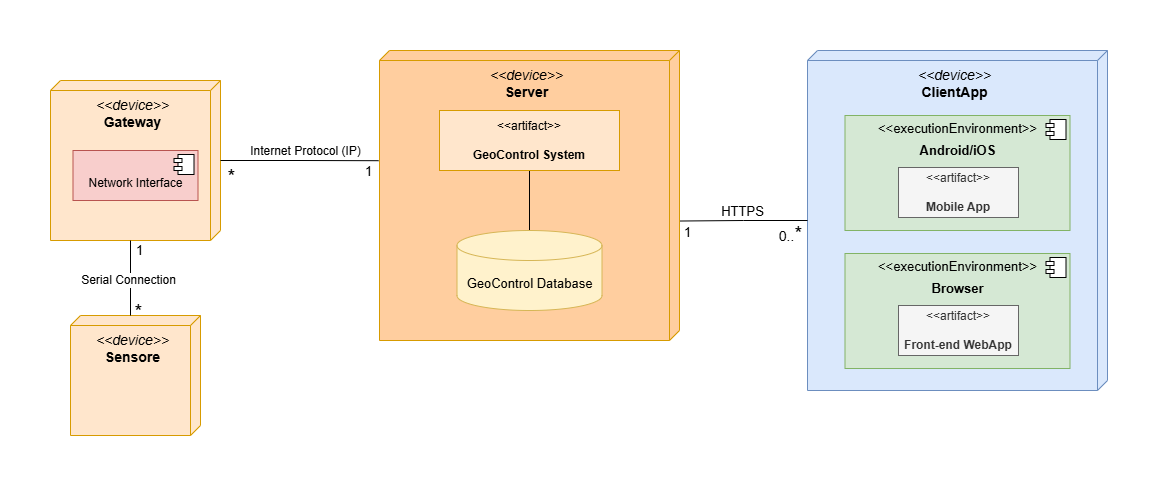
The draw.io diagram doc/res/Deployment_Diagram.png in luigiaceto/geocontrol, before a commit. Source tidied: cells renumbered, new cells last; positions are measured from the earlier drawing's top-left corner, leaving out a move shared by most shapes. Its diagram source:
```xml
<mxGraphModel>
  <root>
    <mxCell id="0" />
    <mxCell id="1" parent="0" />
    <mxCell id="2" value="&lt;font style=&quot;font-size: 14px;&quot;&gt;&lt;i style=&quot;&quot;&gt;&amp;lt;&amp;lt;device&amp;gt;&amp;gt;&lt;/i&gt;&lt;br&gt;&lt;b style=&quot;&quot;&gt;Server&lt;/b&gt;&lt;/font&gt;" style="verticalAlign=top;align=center;shape=cube;size=10;direction=south;fontStyle=0;html=1;boundedLbl=1;spacingLeft=5;whiteSpace=wrap;fillColor=#FFCE9F;strokeColor=#d79b00;" parent="1" vertex="1">
      <mxGeometry x="329" width="300" height="290" as="geometry" />
    </mxCell>
    <mxCell id="3" value="&lt;font style=&quot;font-size: 14px;&quot;&gt;&lt;i style=&quot;&quot;&gt;&amp;lt;&amp;lt;device&amp;gt;&amp;gt;&lt;/i&gt;&lt;br&gt;&lt;b&gt;Gateway&lt;/b&gt;&lt;/font&gt;" style="verticalAlign=top;align=center;shape=cube;size=10;direction=south;fontStyle=0;html=1;boundedLbl=1;spacingLeft=5;whiteSpace=wrap;fillColor=#ffe6cc;strokeColor=#d79b00;" parent="1" vertex="1">
      <mxGeometry y="30" width="170" height="160" as="geometry" />
    </mxCell>
    <mxCell id="4" value="&lt;font style=&quot;font-size: 14px;&quot;&gt;&lt;i style=&quot;&quot;&gt;&amp;lt;&amp;lt;device&amp;gt;&amp;gt;&lt;/i&gt;&lt;br&gt;&lt;b style=&quot;&quot;&gt;Sensore&lt;/b&gt;&lt;/font&gt;" style="verticalAlign=top;align=center;shape=cube;size=10;direction=south;fontStyle=0;html=1;boundedLbl=1;spacingLeft=5;whiteSpace=wrap;fillColor=#ffe6cc;strokeColor=#d79b00;" parent="1" vertex="1">
      <mxGeometry x="20" y="265" width="130" height="120" as="geometry" />
    </mxCell>
    <mxCell id="5" style="edgeStyle=orthogonalEdgeStyle;rounded=0;jettySize=auto;html=1;entryX=0.5;entryY=1;entryDx=0;entryDy=0;endArrow=none;startFill=0;" parent="1" edge="1" source="6" target="7">
      <mxGeometry relative="1" as="geometry" />
    </mxCell>
    <mxCell id="6" value="&lt;font style=&quot;font-size: 13px;&quot;&gt;GeoControl Database&lt;/font&gt;" style="shape=cylinder3;whiteSpace=wrap;html=1;boundedLbl=1;backgroundOutline=1;size=15;fillColor=#fff2cc;strokeColor=#d6b656;" parent="1" vertex="1">
      <mxGeometry x="406.5" y="180" width="145" height="80" as="geometry" />
    </mxCell>
    <mxCell id="7" value="&amp;lt;&amp;lt;artifact&amp;gt;&amp;gt;&lt;br&gt;&lt;br&gt;&lt;b&gt;GeoControl System&lt;/b&gt;" style="html=1;align=center;verticalAlign=middle;dashed=0;whiteSpace=wrap;fillColor=#ffe6cc;strokeColor=#d79b00;" parent="1" vertex="1">
      <mxGeometry x="389" y="60" width="180" height="60" as="geometry" />
    </mxCell>
    <mxCell id="8" style="edgeStyle=orthogonalEdgeStyle;rounded=0;jettySize=auto;html=1;entryX=0;entryY=0;entryDx=160;entryDy=90;entryPerimeter=0;endArrow=none;startFill=0;" parent="1" edge="1" source="4" target="3">
      <mxGeometry relative="1" as="geometry">
        <Array as="points">
          <mxPoint x="80" y="230" />
          <mxPoint x="80" y="230" />
        </Array>
      </mxGeometry>
    </mxCell>
    <mxCell id="9" value="&lt;font style=&quot;font-size: 12px;&quot;&gt;Serial Connection&lt;/font&gt;" style="edgeLabel;html=1;align=center;verticalAlign=middle;" parent="8" vertex="1">
      <mxGeometry x="-0.03" y="3" relative="1" as="geometry" />
    </mxCell>
    <mxCell id="10" value="&lt;font style=&quot;font-size: 20px;&quot;&gt;*&lt;/font&gt;" style="text;html=1;align=center;verticalAlign=middle;strokeColor=none;fillColor=none;" parent="1" vertex="1">
      <mxGeometry x="166" y="106" width="30" height="40" as="geometry" />
    </mxCell>
    <mxCell id="11" value="&lt;font style=&quot;font-size: 13px;&quot;&gt;1&lt;/font&gt;" style="text;html=1;align=center;verticalAlign=middle;strokeColor=none;fillColor=none;" parent="1" vertex="1">
      <mxGeometry x="303" y="106" width="30" height="30" as="geometry" />
    </mxCell>
    <mxCell id="12" value="&lt;p style=&quot;margin:0px;margin-top:6px;text-align:center;&quot;&gt;&lt;br&gt;&lt;/p&gt;&lt;p style=&quot;margin:0px;margin-top:6px;text-align:center;&quot;&gt;Network Interface&lt;/p&gt;" style="align=left;overflow=fill;html=1;whiteSpace=wrap;fillColor=#f8cecc;strokeColor=#b85450;" parent="1" vertex="1">
      <mxGeometry x="22.5" y="100" width="125" height="50" as="geometry" />
    </mxCell>
    <mxCell id="13" style="shape=component;jettyWidth=8;jettyHeight=4;" parent="12" vertex="1">
      <mxGeometry x="1" width="20" height="20" relative="1" as="geometry">
        <mxPoint x="-24" y="4" as="offset" />
      </mxGeometry>
    </mxCell>
    <mxCell id="14" style="edgeStyle=orthogonalEdgeStyle;rounded=0;jettySize=auto;html=1;entryX=0.38;entryY=1.003;entryDx=0;entryDy=0;entryPerimeter=0;endArrow=none;startFill=0;" parent="1" edge="1" source="3" target="2">
      <mxGeometry relative="1" as="geometry" />
    </mxCell>
    <mxCell id="15" value="&lt;font style=&quot;font-size: 12px;&quot;&gt;Internet Protocol (IP)&lt;/font&gt;" style="edgeLabel;html=1;align=center;verticalAlign=middle;" parent="14" vertex="1">
      <mxGeometry x="0.05" y="-1" relative="1" as="geometry">
        <mxPoint x="2" y="-11" as="offset" />
      </mxGeometry>
    </mxCell>
    <mxCell id="16" value="&lt;font style=&quot;font-size: 20px;&quot;&gt;*&lt;/font&gt;" style="text;html=1;align=center;verticalAlign=middle;strokeColor=none;fillColor=none;" parent="1" vertex="1">
      <mxGeometry x="73" y="241" width="30" height="40" as="geometry" />
    </mxCell>
    <mxCell id="17" value="&lt;font style=&quot;font-size: 13px;&quot;&gt;1&lt;/font&gt;" style="text;html=1;align=center;verticalAlign=middle;strokeColor=none;fillColor=none;" parent="1" vertex="1">
      <mxGeometry x="74" y="185" width="30" height="30" as="geometry" />
    </mxCell>
    <mxCell id="18" value="&lt;font style=&quot;font-size: 14px;&quot;&gt;&lt;i style=&quot;&quot;&gt;&amp;lt;&amp;lt;device&amp;gt;&amp;gt;&lt;/i&gt;&lt;br&gt;&lt;b style=&quot;&quot;&gt;ClientApp&lt;/b&gt;&lt;/font&gt;" style="verticalAlign=top;align=center;shape=cube;size=10;direction=south;fontStyle=0;html=1;boundedLbl=1;spacingLeft=5;whiteSpace=wrap;fillColor=#dae8fc;strokeColor=#6c8ebf;" parent="1" vertex="1">
      <mxGeometry x="757" width="300" height="340" as="geometry" />
    </mxCell>
    <mxCell id="19" value="&lt;p style=&quot;margin:0px;margin-top:6px;text-align:center;&quot;&gt;&lt;font style=&quot;font-size: 13px;&quot;&gt;&amp;lt;&amp;lt;executionEnvironment&amp;gt;&amp;gt;&lt;/font&gt;&lt;/p&gt;&lt;p style=&quot;margin:0px;margin-top:6px;text-align:center;&quot;&gt;&lt;b&gt;&lt;font style=&quot;font-size: 13px;&quot;&gt;Android/iOS&lt;/font&gt;&lt;/b&gt;&lt;/p&gt;" style="align=left;overflow=fill;html=1;whiteSpace=wrap;fillColor=#d5e8d4;strokeColor=#82b366;" parent="1" vertex="1">
      <mxGeometry x="794.5" y="65" width="225" height="115" as="geometry" />
    </mxCell>
    <mxCell id="20" style="shape=component;jettyWidth=8;jettyHeight=4;" parent="19" vertex="1">
      <mxGeometry x="1" width="20" height="20" relative="1" as="geometry">
        <mxPoint x="-24" y="4" as="offset" />
      </mxGeometry>
    </mxCell>
    <mxCell id="21" value="&amp;lt;&amp;lt;artifact&amp;gt;&amp;gt;&lt;div&gt;&lt;font style=&quot;font-size: 6px;&quot;&gt;&lt;br&gt;&lt;/font&gt;&lt;/div&gt;&lt;div&gt;&lt;b&gt;Mobile App&lt;/b&gt;&lt;/div&gt;" style="rounded=0;whiteSpace=wrap;html=1;fillColor=#f5f5f5;strokeColor=#666666;fontColor=#333333;" parent="1" vertex="1">
      <mxGeometry x="848" y="117" width="120" height="50" as="geometry" />
    </mxCell>
    <mxCell id="22" value="&lt;p style=&quot;margin:0px;margin-top:6px;text-align:center;&quot;&gt;&lt;font style=&quot;font-size: 13px;&quot;&gt;&amp;lt;&amp;lt;executionEnvironment&amp;gt;&amp;gt;&lt;/font&gt;&lt;/p&gt;&lt;p style=&quot;margin:0px;margin-top:6px;text-align:center;&quot;&gt;&lt;b&gt;&lt;font style=&quot;font-size: 13px;&quot;&gt;Browser&lt;/font&gt;&lt;/b&gt;&lt;/p&gt;" style="align=left;overflow=fill;html=1;whiteSpace=wrap;fillColor=#d5e8d4;strokeColor=#82b366;" parent="1" vertex="1">
      <mxGeometry x="794.5" y="203" width="225" height="115" as="geometry" />
    </mxCell>
    <mxCell id="23" style="shape=component;jettyWidth=8;jettyHeight=4;" parent="22" vertex="1">
      <mxGeometry x="1" width="20" height="20" relative="1" as="geometry">
        <mxPoint x="-24" y="4" as="offset" />
      </mxGeometry>
    </mxCell>
    <mxCell id="24" value="&amp;lt;&amp;lt;artifact&amp;gt;&amp;gt;&lt;div&gt;&lt;font style=&quot;font-size: 6px;&quot;&gt;&lt;br&gt;&lt;/font&gt;&lt;/div&gt;&lt;div&gt;&lt;b&gt;Front-end WebApp&lt;/b&gt;&lt;/div&gt;" style="rounded=0;whiteSpace=wrap;html=1;fillColor=#f5f5f5;strokeColor=#666666;fontColor=#333333;" parent="1" vertex="1">
      <mxGeometry x="848" y="255" width="120" height="50" as="geometry" />
    </mxCell>
    <mxCell id="25" style="edgeStyle=orthogonalEdgeStyle;rounded=0;jettySize=auto;html=1;entryX=0.588;entryY=-0.002;entryDx=0;entryDy=0;entryPerimeter=0;endArrow=none;startFill=0;" parent="1" edge="1" source="18" target="2">
      <mxGeometry relative="1" as="geometry" />
    </mxCell>
    <mxCell id="26" value="&lt;font style=&quot;font-size: 13px;&quot;&gt;HTTPS&lt;/font&gt;" style="edgeLabel;html=1;align=center;verticalAlign=middle;" parent="25" vertex="1">
      <mxGeometry x="0.08" y="-2" relative="1" as="geometry">
        <mxPoint x="3" y="-8" as="offset" />
      </mxGeometry>
    </mxCell>
    <mxCell id="27" value="&lt;font style=&quot;font-size: 14px;&quot;&gt;0..&lt;/font&gt;&lt;font style=&quot;font-size: 20px;&quot;&gt;*&lt;/font&gt;" style="text;html=1;align=center;verticalAlign=middle;strokeColor=none;fillColor=none;" parent="1" vertex="1">
      <mxGeometry x="715" y="163" width="50" height="40" as="geometry" />
    </mxCell>
    <mxCell id="28" value="&lt;font style=&quot;font-size: 13px;&quot;&gt;1&lt;/font&gt;" style="text;html=1;align=center;verticalAlign=middle;strokeColor=none;fillColor=none;" parent="1" vertex="1">
      <mxGeometry x="622" y="167" width="30" height="30" as="geometry" />
    </mxCell>
  </root>
</mxGraphModel>
```
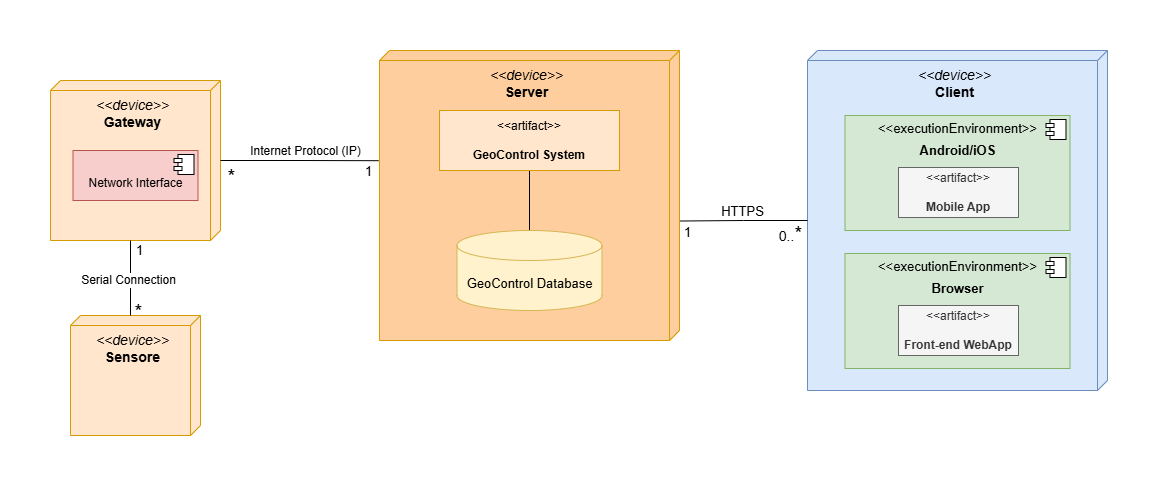
Later version of the same file.

The edit, as a diff of the source:
```diff
@@ -40,11 +40,11 @@
     <mxCell id="12" value="&lt;p style=&quot;margin:0px;margin-top:6px;text-align:center;&quot;&gt;&lt;br&gt;&lt;/p&gt;&lt;p style=&quot;margin:0px;margin-top:6px;text-align:center;&quot;&gt;Network Interface&lt;/p&gt;" style="align=left;overflow=fill;html=1;whiteSpace=wrap;fillColor=#f8cecc;strokeColor=#b85450;" parent="1" vertex="1">
       <mxGeometry x="22.5" y="100" width="125" height="50" as="geometry" />
     </mxCell>
-    <mxCell id="13" style="shape=component;jettyWidth=8;jettyHeight=4;" parent="12" vertex="1">
-      <mxGeometry x="1" width="20" height="20" relative="1" as="geometry">
-        <mxPoint x="-24" y="4" as="offset" />
-      </mxGeometry>
-    </mxCell>
+    <mxCell id="29" style="shape=component;jettyWidth=8;jettyHeight=4;" parent="12" vertex="1">
+      <mxGeometry x="1" width="20" height="20" relative="1" as="geometry">
+        <mxPoint x="-24" y="4" as="offset" />
+      </mxGeometry>
+    </mxCell>
     <mxCell id="14" style="edgeStyle=orthogonalEdgeStyle;rounded=0;jettySize=auto;html=1;entryX=0.38;entryY=1.003;entryDx=0;entryDy=0;entryPerimeter=0;endArrow=none;startFill=0;" parent="1" edge="1" source="3" target="2">
       <mxGeometry relative="1" as="geometry" />
     </mxCell>
@@ -59,35 +59,35 @@
     <mxCell id="17" value="&lt;font style=&quot;font-size: 13px;&quot;&gt;1&lt;/font&gt;" style="text;html=1;align=center;verticalAlign=middle;strokeColor=none;fillColor=none;" parent="1" vertex="1">
       <mxGeometry x="74" y="185" width="30" height="30" as="geometry" />
     </mxCell>
-    <mxCell id="18" value="&lt;font style=&quot;font-size: 14px;&quot;&gt;&lt;i style=&quot;&quot;&gt;&amp;lt;&amp;lt;device&amp;gt;&amp;gt;&lt;/i&gt;&lt;br&gt;&lt;b style=&quot;&quot;&gt;ClientApp&lt;/b&gt;&lt;/font&gt;" style="verticalAlign=top;align=center;shape=cube;size=10;direction=south;fontStyle=0;html=1;boundedLbl=1;spacingLeft=5;whiteSpace=wrap;fillColor=#dae8fc;strokeColor=#6c8ebf;" parent="1" vertex="1">
-      <mxGeometry x="757" width="300" height="340" as="geometry" />
-    </mxCell>
+    <mxCell id="30" value="&lt;font style=&quot;font-size: 14px;&quot;&gt;&lt;i style=&quot;&quot;&gt;&amp;lt;&amp;lt;device&amp;gt;&amp;gt;&lt;/i&gt;&lt;br&gt;&lt;b style=&quot;&quot;&gt;Client&lt;/b&gt;&lt;/font&gt;" style="verticalAlign=top;align=center;shape=cube;size=10;direction=south;fontStyle=0;html=1;boundedLbl=1;spacingLeft=5;whiteSpace=wrap;fillColor=#dae8fc;strokeColor=#6c8ebf;" parent="1" vertex="1">
+      <mxGeometry x="757" width="300" height="340" as="geometry" />
+    </mxCell>
     <mxCell id="19" value="&lt;p style=&quot;margin:0px;margin-top:6px;text-align:center;&quot;&gt;&lt;font style=&quot;font-size: 13px;&quot;&gt;&amp;lt;&amp;lt;executionEnvironment&amp;gt;&amp;gt;&lt;/font&gt;&lt;/p&gt;&lt;p style=&quot;margin:0px;margin-top:6px;text-align:center;&quot;&gt;&lt;b&gt;&lt;font style=&quot;font-size: 13px;&quot;&gt;Android/iOS&lt;/font&gt;&lt;/b&gt;&lt;/p&gt;" style="align=left;overflow=fill;html=1;whiteSpace=wrap;fillColor=#d5e8d4;strokeColor=#82b366;" parent="1" vertex="1">
       <mxGeometry x="794.5" y="65" width="225" height="115" as="geometry" />
     </mxCell>
-    <mxCell id="20" style="shape=component;jettyWidth=8;jettyHeight=4;" parent="19" vertex="1">
-      <mxGeometry x="1" width="20" height="20" relative="1" as="geometry">
-        <mxPoint x="-24" y="4" as="offset" />
-      </mxGeometry>
-    </mxCell>
+    <mxCell id="31" style="shape=component;jettyWidth=8;jettyHeight=4;" parent="19" vertex="1">
+      <mxGeometry x="1" width="20" height="20" relative="1" as="geometry">
+        <mxPoint x="-24" y="4" as="offset" />
+      </mxGeometry>
+    </mxCell>
     <mxCell id="21" value="&amp;lt;&amp;lt;artifact&amp;gt;&amp;gt;&lt;div&gt;&lt;font style=&quot;font-size: 6px;&quot;&gt;&lt;br&gt;&lt;/font&gt;&lt;/div&gt;&lt;div&gt;&lt;b&gt;Mobile App&lt;/b&gt;&lt;/div&gt;" style="rounded=0;whiteSpace=wrap;html=1;fillColor=#f5f5f5;strokeColor=#666666;fontColor=#333333;" parent="1" vertex="1">
       <mxGeometry x="848" y="117" width="120" height="50" as="geometry" />
     </mxCell>
     <mxCell id="22" value="&lt;p style=&quot;margin:0px;margin-top:6px;text-align:center;&quot;&gt;&lt;font style=&quot;font-size: 13px;&quot;&gt;&amp;lt;&amp;lt;executionEnvironment&amp;gt;&amp;gt;&lt;/font&gt;&lt;/p&gt;&lt;p style=&quot;margin:0px;margin-top:6px;text-align:center;&quot;&gt;&lt;b&gt;&lt;font style=&quot;font-size: 13px;&quot;&gt;Browser&lt;/font&gt;&lt;/b&gt;&lt;/p&gt;" style="align=left;overflow=fill;html=1;whiteSpace=wrap;fillColor=#d5e8d4;strokeColor=#82b366;" parent="1" vertex="1">
       <mxGeometry x="794.5" y="203" width="225" height="115" as="geometry" />
     </mxCell>
-    <mxCell id="23" style="shape=component;jettyWidth=8;jettyHeight=4;" parent="22" vertex="1">
-      <mxGeometry x="1" width="20" height="20" relative="1" as="geometry">
-        <mxPoint x="-24" y="4" as="offset" />
-      </mxGeometry>
-    </mxCell>
+    <mxCell id="32" style="shape=component;jettyWidth=8;jettyHeight=4;" parent="22" vertex="1">
+      <mxGeometry x="1" width="20" height="20" relative="1" as="geometry">
+        <mxPoint x="-24" y="4" as="offset" />
+      </mxGeometry>
+    </mxCell>
     <mxCell id="24" value="&amp;lt;&amp;lt;artifact&amp;gt;&amp;gt;&lt;div&gt;&lt;font style=&quot;font-size: 6px;&quot;&gt;&lt;br&gt;&lt;/font&gt;&lt;/div&gt;&lt;div&gt;&lt;b&gt;Front-end WebApp&lt;/b&gt;&lt;/div&gt;" style="rounded=0;whiteSpace=wrap;html=1;fillColor=#f5f5f5;strokeColor=#666666;fontColor=#333333;" parent="1" vertex="1">
       <mxGeometry x="848" y="255" width="120" height="50" as="geometry" />
     </mxCell>
-    <mxCell id="25" style="edgeStyle=orthogonalEdgeStyle;rounded=0;jettySize=auto;html=1;entryX=0.588;entryY=-0.002;entryDx=0;entryDy=0;entryPerimeter=0;endArrow=none;startFill=0;" parent="1" edge="1" source="18" target="2">
-      <mxGeometry relative="1" as="geometry" />
-    </mxCell>
+    <mxCell id="33" style="edgeStyle=orthogonalEdgeStyle;rounded=0;jettySize=auto;html=1;entryX=0.588;entryY=-0.002;entryDx=0;entryDy=0;entryPerimeter=0;endArrow=none;startFill=0;" parent="1" edge="1" source="30" target="2">
+      <mxGeometry relative="1" as="geometry" />
+    </mxCell>
-    <mxCell id="26" value="&lt;font style=&quot;font-size: 13px;&quot;&gt;HTTPS&lt;/font&gt;" style="edgeLabel;html=1;align=center;verticalAlign=middle;" parent="25" vertex="1">
+    <mxCell id="26" value="&lt;font style=&quot;font-size: 13px;&quot;&gt;HTTPS&lt;/font&gt;" style="edgeLabel;html=1;align=center;verticalAlign=middle;" parent="33" vertex="1">
       <mxGeometry x="0.08" y="-2" relative="1" as="geometry">
         <mxPoint x="3" y="-8" as="offset" />
       </mxGeometry>
```
